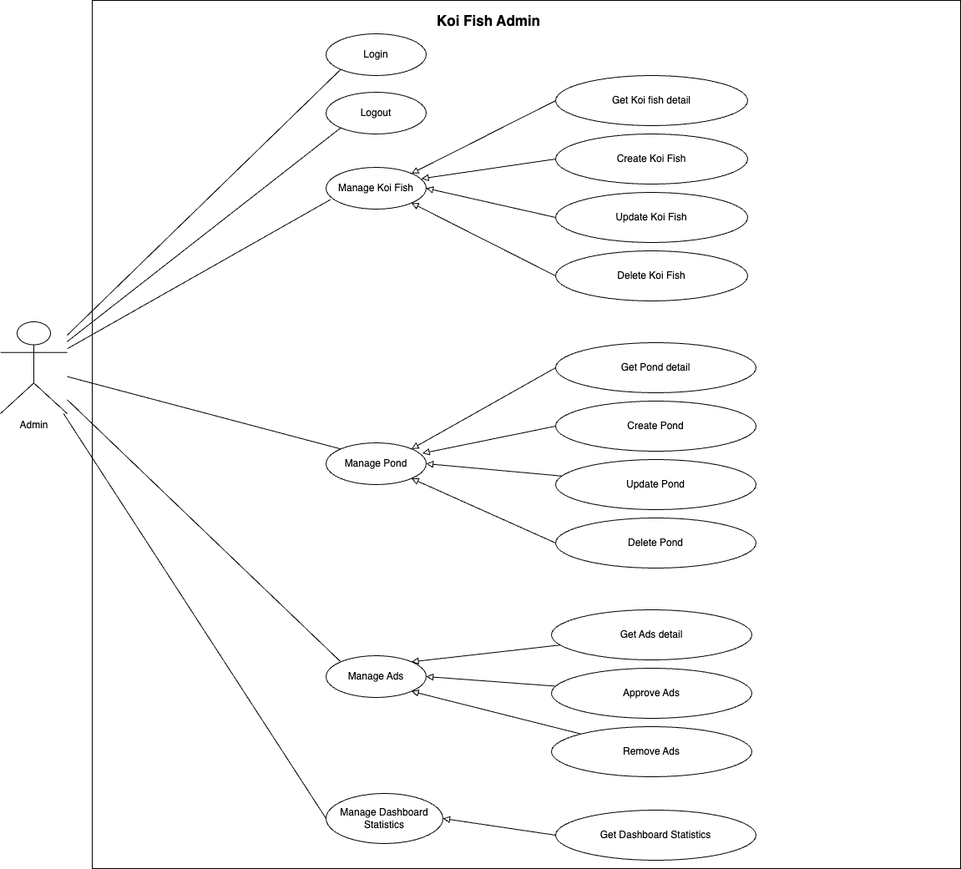
The draw.io diagram Doc/Use-case-diagram/Untitled Diagram.drawio.png in phattran2409/SWP391, before a commit. Source tidied: cells renumbered, new cells last; positions are measured from the earlier drawing's top-left corner, leaving out a move shared by most shapes.
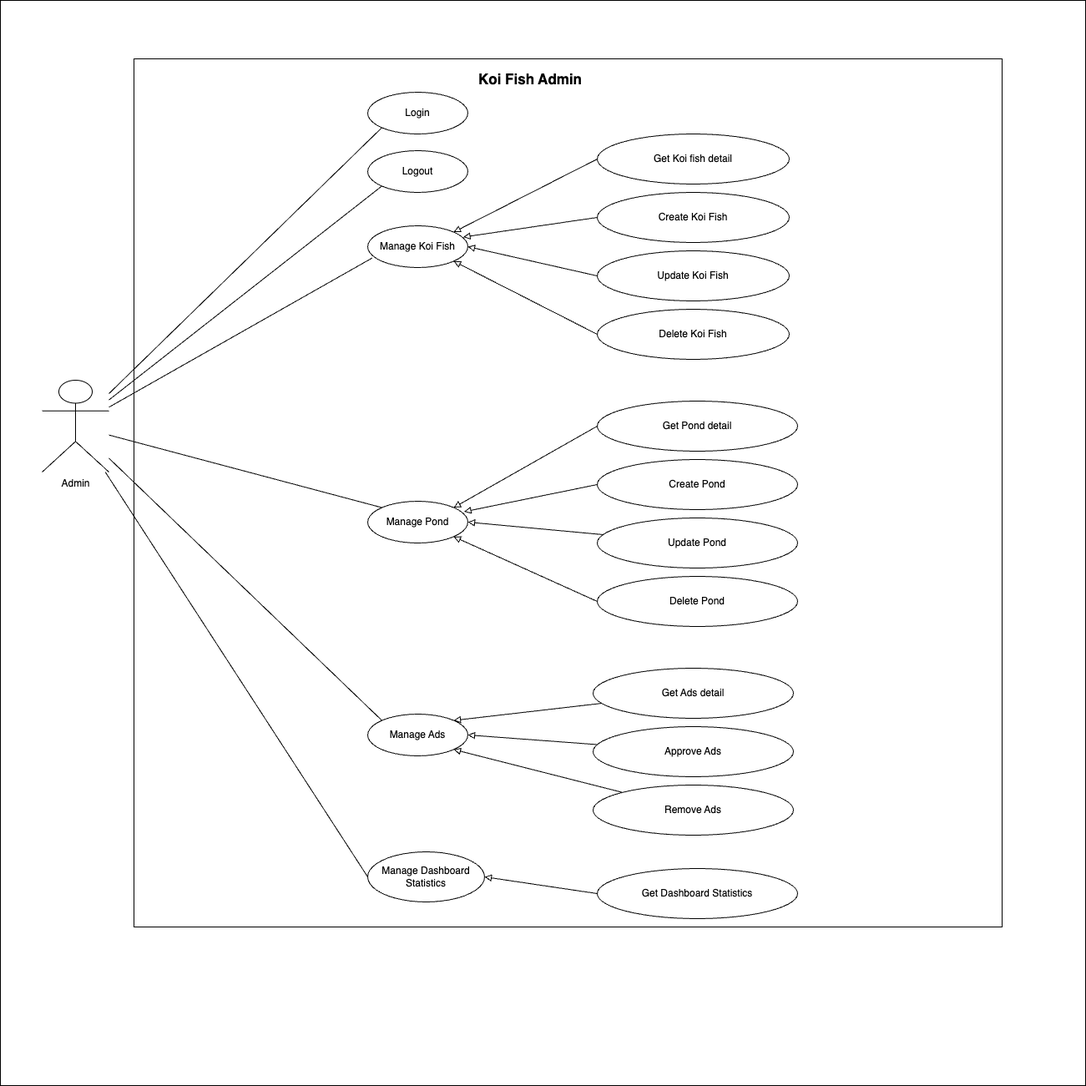
Later version of the same file.

Change to the diagram source:
```diff
@@ -2,6 +2,9 @@
   <root>
     <mxCell id="0" />
     <mxCell id="1" parent="0" />
+    <mxCell id="41" style="whiteSpace=wrap;html=1;" parent="1" vertex="1">
+      <mxGeometry x="-50" y="-70" width="1300" height="1300" as="geometry" />
+    </mxCell>
     <mxCell id="2" style="whiteSpace=wrap;html=1;" parent="1" vertex="1">
       <mxGeometry x="110" width="1040" height="1040" as="geometry" />
     </mxCell>
```
